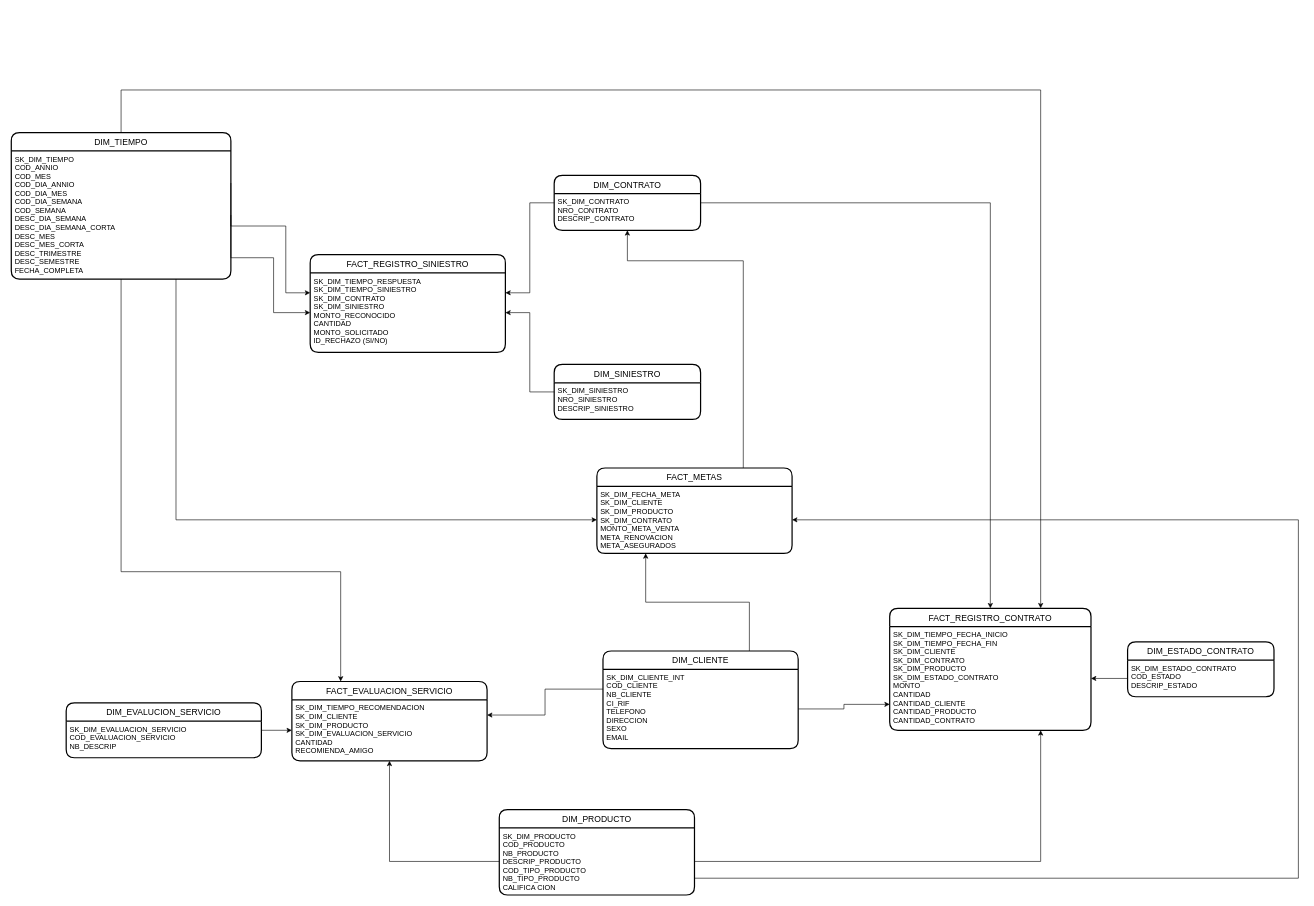
sofiaromorales/seguros-altavista keeps this draw.io diagram as ER-modelo-dimensional.drawio. Above is the earlier version. Source tidied: cells renumbered, new cells numbered last; positions are measured from the earlier drawing's top-left corner, leaving out a move shared by most shapes. Both pictures are drawn from the tidied source at 61%, with x=0, y=0 at pixel (11, 90).
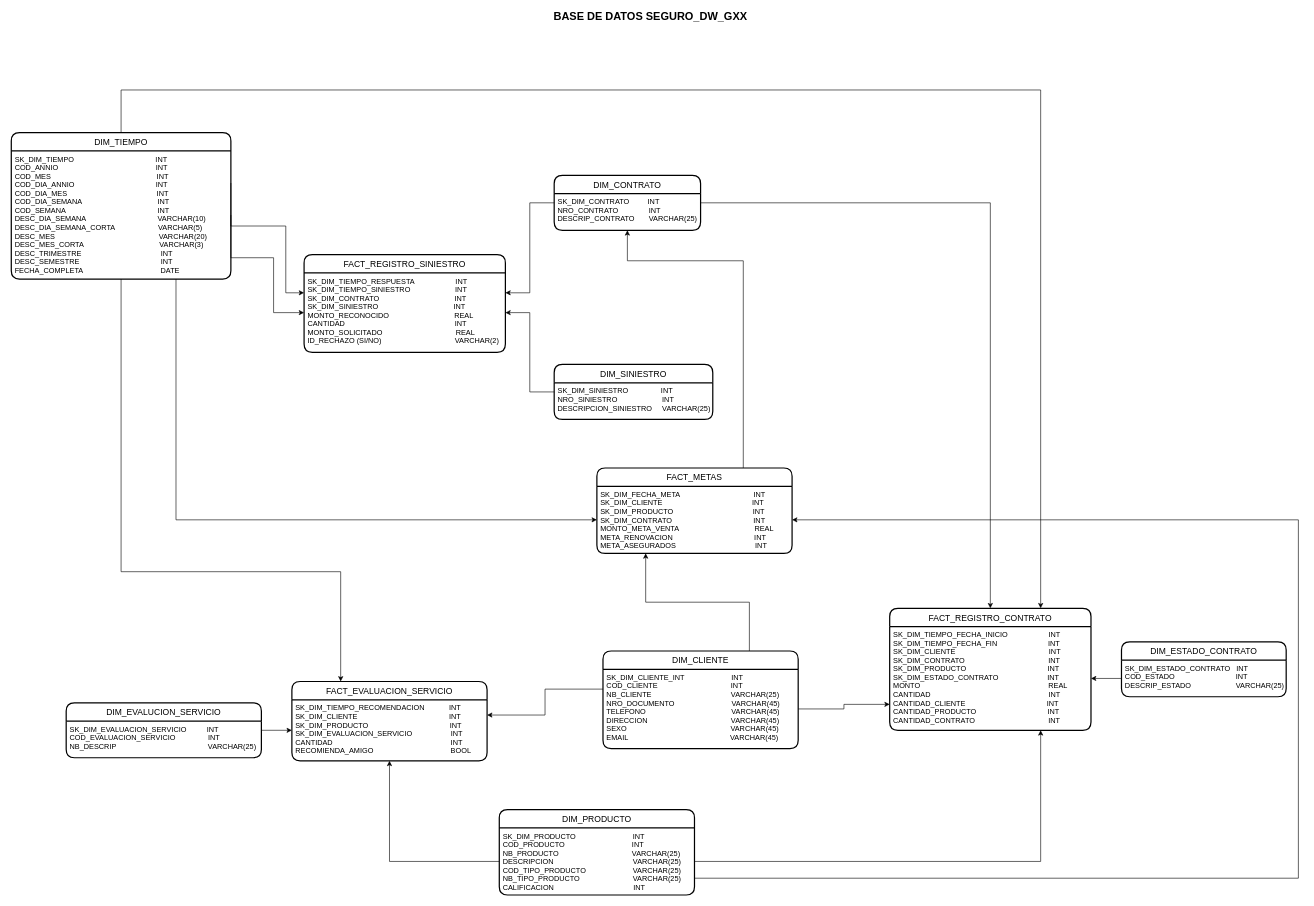
After the change.

Commit message:
Fix - cambios el modelo dimensional

Se añadieron los tipos de datos + cambios en los nombres de los atribut.

Unchanged cells that the change refers to:
```xml
<mxCell id="2" value="DIM_TIEMPO" style="swimlane;horizontal=1;startSize=30;rounded=1;fontSize=14;fontStyle=0;strokeWidth=2;shadow=0;dashed=0;align=center;" parent="1" vertex="1">
  <mxGeometry y="70" width="360" height="240" as="geometry" />
</mxCell>
<mxCell id="6" value="DIM_CONTRATO" style="swimlane;horizontal=1;startSize=30;rounded=1;fontSize=14;fontStyle=0;strokeWidth=2;shadow=0;dashed=0;align=center;" parent="1" vertex="1">
  <mxGeometry x="890" y="140" width="240" height="90" as="geometry" />
</mxCell>
<mxCell id="14" value="FACT_EVALUACION_SERVICIO" style="swimlane;horizontal=1;startSize=30;rounded=1;fontSize=14;fontStyle=0;strokeWidth=2;shadow=0;dashed=0;align=center;" parent="1" vertex="1">
  <mxGeometry x="460" y="969.7" width="320" height="130" as="geometry" />
</mxCell>
<mxCell id="18" value="DIM_EVALUCION_SERVICIO" style="swimlane;horizontal=1;startSize=30;rounded=1;fontSize=14;fontStyle=0;strokeWidth=2;shadow=0;dashed=0;align=center;" parent="1" vertex="1">
  <mxGeometry x="90" y="1004.7" width="320" height="90" as="geometry" />
</mxCell>
<mxCell id="21" value="DIM_CLIENTE" style="swimlane;horizontal=1;startSize=30;rounded=1;fontSize=14;fontStyle=0;strokeWidth=2;shadow=0;dashed=0;align=center;" parent="1" vertex="1">
  <mxGeometry x="970" y="919.7" width="320" height="160" as="geometry" />
</mxCell>
<mxCell id="23" value="DIM_PRODUCTO" style="swimlane;horizontal=1;startSize=30;rounded=1;fontSize=14;fontStyle=0;strokeWidth=2;shadow=0;dashed=0;align=center;" parent="1" vertex="1">
  <mxGeometry x="800" y="1179.7" width="320" height="140" as="geometry" />
</mxCell>
<mxCell id="26" value="FACT_REGISTRO_CONTRATO" style="swimlane;horizontal=1;startSize=30;rounded=1;fontSize=14;fontStyle=0;strokeWidth=2;shadow=0;dashed=0;align=center;" parent="1" vertex="1">
  <mxGeometry x="1440" y="849.7" width="330" height="200" as="geometry" />
</mxCell>
<mxCell id="34" value="FACT_METAS" style="swimlane;horizontal=1;startSize=30;rounded=1;fontSize=14;fontStyle=0;strokeWidth=2;shadow=0;dashed=0;align=center;" parent="1" vertex="1">
  <mxGeometry x="960" y="619.7" width="320" height="140" as="geometry" />
</mxCell>
```

Diff of the diagram source:
```diff
@@
-    <mxCell id="3" value="SK_DIM_TIEMPO &#10;COD_ANNIO&#10;COD_MES&#10;COD_DIA_ANNIO&#10;COD_DIA_MES&#10;COD_DIA_SEMANA&#10;COD_SEMANA&#10;DESC_DIA_SEMANA&#10;DESC_DIA_SEMANA_CORTA&#10;DESC_MES&#10;DESC_MES_CORTA&#10;DESC_TRIMESTRE&#10;DESC_SEMESTRE&#10;FECHA_COMPLETA&#10;              " style="align=left;strokeColor=none;fillColor=none;spacingLeft=4;fontSize=12;verticalAlign=top;" parent="2" vertex="1">
+    <mxCell id="3" value="SK_DIM_TIEMPO                                        INT&#10;COD_ANNIO                                                INT&#10;COD_MES                                                    INT&#10;COD_DIA_ANNIO                                        INT&#10;COD_DIA_MES                                            INT&#10;COD_DIA_SEMANA                                     INT&#10;COD_SEMANA                                             INT&#10;DESC_DIA_SEMANA                                   VARCHAR(10)&#10;DESC_DIA_SEMANA_CORTA                     VARCHAR(5)&#10;DESC_MES                                                   VARCHAR(20)&#10;DESC_MES_CORTA                                     VARCHAR(3)&#10;DESC_TRIMESTRE                                       INT&#10;DESC_SEMESTRE                                        INT&#10;FECHA_COMPLETA                                      DATE&#10;              " style="align=left;strokeColor=none;fillColor=none;spacingLeft=4;fontSize=12;verticalAlign=top;" parent="2" vertex="1">
       <mxGeometry y="30" width="360" height="210" as="geometry" />
     </mxCell>
     <mxCell id="4" value="FACT_REGISTRO_SINIESTRO" style="swimlane;horizontal=1;startSize=30;rounded=1;fontSize=14;fontStyle=0;strokeWidth=2;shadow=0;dashed=0;align=center;" parent="1" vertex="1">
-      <mxGeometry x="490" y="270" width="320" height="160" as="geometry" />
+      <mxGeometry x="480" y="270" width="330" height="160" as="geometry" />
     </mxCell>
-    <mxCell id="5" value="SK_DIM_TIEMPO_RESPUESTA&#10;SK_DIM_TIEMPO_SINIESTRO&#10;SK_DIM_CONTRATO&#10;SK_DIM_SINIESTRO&#10;MONTO_RECONOCIDO&#10;CANTIDAD&#10;MONTO_SOLICITADO&#10;ID_RECHAZO (SI/NO)" style="align=left;strokeColor=none;fillColor=none;spacingLeft=4;fontSize=12;verticalAlign=top;" parent="4" vertex="1">
-      <mxGeometry y="30" width="320" height="130" as="geometry" />
+    <mxCell id="5" value="SK_DIM_TIEMPO_RESPUESTA                    INT&#10;SK_DIM_TIEMPO_SINIESTRO                      INT&#10;SK_DIM_CONTRATO                                     INT&#10;SK_DIM_SINIESTRO                                     INT&#10;MONTO_RECONOCIDO                                REAL&#10;CANTIDAD                                                      INT&#10;MONTO_SOLICITADO                                    REAL&#10;ID_RECHAZO (SI/NO)                                    VARCHAR(2)                    " style="align=left;strokeColor=none;fillColor=none;spacingLeft=4;fontSize=12;verticalAlign=top;" parent="4" vertex="1">
+      <mxGeometry y="30" width="330" height="130" as="geometry" />
     </mxCell>
@@
-    <mxCell id="7" value="SK_DIM_CONTRATO&#10;NRO_CONTRATO&#10;DESCRIP_CONTRATO" style="align=left;strokeColor=none;fillColor=none;spacingLeft=4;fontSize=12;verticalAlign=top;" parent="6" vertex="1">
+    <mxCell id="7" value="SK_DIM_CONTRATO         INT                 &#10;NRO_CONTRATO               INT&#10;DESCRIP_CONTRATO       VARCHAR(25)" style="align=left;strokeColor=none;fillColor=none;spacingLeft=4;fontSize=12;verticalAlign=top;" parent="6" vertex="1">
       <mxGeometry y="30" width="240" height="60" as="geometry" />
     </mxCell>
@@
     <mxCell id="9" value="DIM_SINIESTRO" style="swimlane;horizontal=1;startSize=30;rounded=1;fontSize=14;fontStyle=0;strokeWidth=2;shadow=0;dashed=0;align=center;" parent="1" vertex="1">
-      <mxGeometry x="890" y="450" width="240" height="90" as="geometry" />
+      <mxGeometry x="890" y="450" width="260" height="90" as="geometry" />
     </mxCell>
-    <mxCell id="10" value="SK_DIM_SINIESTRO&#10;NRO_SINIESTRO&#10;DESCRIP_SINIESTRO" style="align=left;strokeColor=none;fillColor=none;spacingLeft=4;fontSize=12;verticalAlign=top;" parent="9" vertex="1">
-      <mxGeometry y="30" width="240" height="60" as="geometry" />
+    <mxCell id="10" value="SK_DIM_SINIESTRO                INT&#10;NRO_SINIESTRO                      INT&#10;DESCRIPCION_SINIESTRO     VARCHAR(25)" style="align=left;strokeColor=none;fillColor=none;spacingLeft=4;fontSize=12;verticalAlign=top;" parent="9" vertex="1">
+      <mxGeometry y="30" width="260" height="60" as="geometry" />
     </mxCell>
@@
-    <mxCell id="15" value="SK_DIM_TIEMPO_RECOMENDACION&#10;SK_DIM_CLIENTE&#10;SK_DIM_PRODUCTO&#10;SK_DIM_EVALUACION_SERVICIO&#10;CANTIDAD&#10;RECOMIENDA_AMIGO" style="align=left;strokeColor=none;fillColor=none;spacingLeft=4;fontSize=12;verticalAlign=top;" parent="14" vertex="1">
+    <mxCell id="15" value="SK_DIM_TIEMPO_RECOMENDACION            INT&#10;SK_DIM_CLIENTE                                             INT&#10;SK_DIM_PRODUCTO                                        INT&#10;SK_DIM_EVALUACION_SERVICIO                   INT&#10;CANTIDAD                                                          INT&#10;RECOMIENDA_AMIGO                                      BOOL" style="align=left;strokeColor=none;fillColor=none;spacingLeft=4;fontSize=12;verticalAlign=top;" parent="14" vertex="1">
       <mxGeometry y="30" width="320" height="100" as="geometry" />
     </mxCell>
@@
-    <mxCell id="19" value="SK_DIM_EVALUACION_SERVICIO&#10;COD_EVALUACION_SERVICIO&#10;NB_DESCRIP" style="align=left;strokeColor=none;fillColor=none;spacingLeft=4;fontSize=12;verticalAlign=top;" parent="18" vertex="1">
+    <mxCell id="19" value="SK_DIM_EVALUACION_SERVICIO          INT&#10;COD_EVALUACION_SERVICIO                INT&#10;NB_DESCRIP                                             VARCHAR(25)" style="align=left;strokeColor=none;fillColor=none;spacingLeft=4;fontSize=12;verticalAlign=top;" parent="18" vertex="1">
       <mxGeometry y="30" width="320" height="60" as="geometry" />
     </mxCell>
@@
-    <mxCell id="22" value="SK_DIM_CLIENTE_INT&#10;COD_CLIENTE&#10;NB_CLIENTE&#10;CI_RIF&#10;TELEFONO&#10;DIRECCION&#10;SEXO&#10;EMAIL" style="align=left;strokeColor=none;fillColor=none;spacingLeft=4;fontSize=12;verticalAlign=top;" parent="21" vertex="1">
+    <mxCell id="22" value="SK_DIM_CLIENTE_INT                       INT&#10;COD_CLIENTE                                    INT&#10;NB_CLIENTE                                       VARCHAR(25)&#10;NRO_DOCUMENTO                            VARCHAR(45)&#10;TELEFONO                                          VARCHAR(45)&#10;DIRECCION                                         VARCHAR(45)&#10;SEXO                                                   VARCHAR(45)&#10;EMAIL                                                  VARCHAR(45)" style="align=left;strokeColor=none;fillColor=none;spacingLeft=4;fontSize=12;verticalAlign=top;" parent="21" vertex="1">
       <mxGeometry y="30" width="320" height="130" as="geometry" />
     </mxCell>
@@
-    <mxCell id="24" value="SK_DIM_PRODUCTO&#10;COD_PRODUCTO&#10;NB_PRODUCTO&#10;DESCRIP_PRODUCTO&#10;COD_TIPO_PRODUCTO&#10;NB_TIPO_PRODUCTO&#10;CALIFICA CION" style="align=left;strokeColor=none;fillColor=none;spacingLeft=4;fontSize=12;verticalAlign=top;" parent="23" vertex="1">
+    <mxCell id="24" value="SK_DIM_PRODUCTO                            INT&#10;COD_PRODUCTO                                 INT&#10;NB_PRODUCTO                                    VARCHAR(25)&#10;DESCRIPCION                                       VARCHAR(25)&#10;COD_TIPO_PRODUCTO                       VARCHAR(25)&#10;NB_TIPO_PRODUCTO                          VARCHAR(25)&#10;CALIFICACION                                       INT" style="align=left;strokeColor=none;fillColor=none;spacingLeft=4;fontSize=12;verticalAlign=top;" parent="23" vertex="1">
       <mxGeometry y="30" width="320" height="110" as="geometry" />
     </mxCell>
@@
-    <mxCell id="27" value="SK_DIM_TIEMPO_FECHA_INICIO&#10;SK_DIM_TIEMPO_FECHA_FIN&#10;SK_DIM_CLIENTE&#10;SK_DIM_CONTRATO&#10;SK_DIM_PRODUCTO&#10;SK_DIM_ESTADO_CONTRATO&#10;MONTO&#10;CANTIDAD&#10;CANTIDAD_CLIENTE&#10;CANTIDAD_PRODUCTO&#10;CANTIDAD_CONTRATO" style="align=left;strokeColor=none;fillColor=none;spacingLeft=4;fontSize=12;verticalAlign=top;" parent="26" vertex="1">
+    <mxCell id="27" value="SK_DIM_TIEMPO_FECHA_INICIO                    INT&#10;SK_DIM_TIEMPO_FECHA_FIN                         INT&#10;SK_DIM_CLIENTE                                              INT&#10;SK_DIM_CONTRATO                                         INT&#10;SK_DIM_PRODUCTO                                        INT&#10;SK_DIM_ESTADO_CONTRATO                        INT&#10;MONTO                                                               REAL&#10;CANTIDAD                                                          INT&#10;CANTIDAD_CLIENTE                                        INT&#10;CANTIDAD_PRODUCTO                                   INT&#10;CANTIDAD_CONTRATO                                    INT" style="align=left;strokeColor=none;fillColor=none;spacingLeft=4;fontSize=12;verticalAlign=top;" parent="26" vertex="1">
       <mxGeometry y="30" width="330" height="170" as="geometry" />
     </mxCell>
     <mxCell id="28" value="DIM_ESTADO_CONTRATO" style="swimlane;horizontal=1;startSize=30;rounded=1;fontSize=14;fontStyle=0;strokeWidth=2;shadow=0;dashed=0;align=center;" parent="1" vertex="1">
-      <mxGeometry x="1830" y="904.7" width="240" height="90" as="geometry" />
+      <mxGeometry x="1820" y="904.7" width="270" height="90" as="geometry" />
     </mxCell>
-    <mxCell id="29" value="SK_DIM_ESTADO_CONTRATO&#10;COD_ESTADO&#10;DESCRIP_ESTADO" style="align=left;strokeColor=none;fillColor=none;spacingLeft=4;fontSize=12;verticalAlign=top;" parent="28" vertex="1">
-      <mxGeometry y="30" width="240" height="60" as="geometry" />
+    <mxCell id="29" value="SK_DIM_ESTADO_CONTRATO   INT&#10;COD_ESTADO                              INT&#10;DESCRIP_ESTADO                      VARCHAR(25)" style="align=left;strokeColor=none;fillColor=none;spacingLeft=4;fontSize=12;verticalAlign=top;" parent="28" vertex="1">
+      <mxGeometry y="30" width="270" height="60" as="geometry" />
     </mxCell>
@@
-    <mxCell id="35" value="SK_DIM_FECHA_META&#10;SK_DIM_CLIENTE&#10;SK_DIM_PRODUCTO&#10;SK_DIM_CONTRATO&#10;MONTO_META_VENTA&#10;META_RENOVACION&#10;META_ASEGURADOS" style="align=left;strokeColor=none;fillColor=none;spacingLeft=4;fontSize=12;verticalAlign=top;" parent="34" vertex="1">
+    <mxCell id="35" value="SK_DIM_FECHA_META                                    INT&#10;SK_DIM_CLIENTE                                            INT&#10;SK_DIM_PRODUCTO                                       INT&#10;SK_DIM_CONTRATO                                        INT&#10;MONTO_META_VENTA                                     REAL&#10;META_RENOVACION                                        INT&#10;META_ASEGURADOS                                       INT " style="align=left;strokeColor=none;fillColor=none;spacingLeft=4;fontSize=12;verticalAlign=top;" parent="34" vertex="1">
       <mxGeometry y="30" width="320" height="110" as="geometry" />
     </mxCell>
@@
+    <mxCell id="41" value="&lt;b&gt;&lt;font style=&quot;font-size: 18px&quot;&gt;&amp;nbsp;BASE DE DATOS SEGURO_DW_GXX&lt;/font&gt;&lt;/b&gt;" style="text;html=1;align=center;verticalAlign=middle;strokeColor=none;fillColor=none;" parent="1" vertex="1">
+      <mxGeometry x="875" y="-129.9" width="340" height="20" as="geometry" />
+    </mxCell>
```
